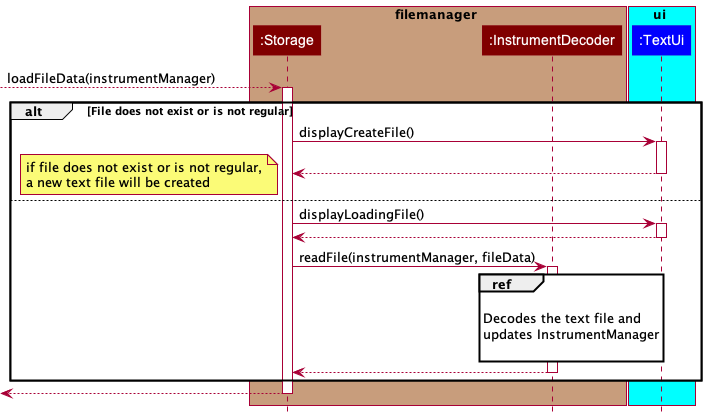
Above: docs/images/FileManagerSeqBetweenStorageAndDecoder.png in williamlamjy/mTracker (PlantUML), before the change.
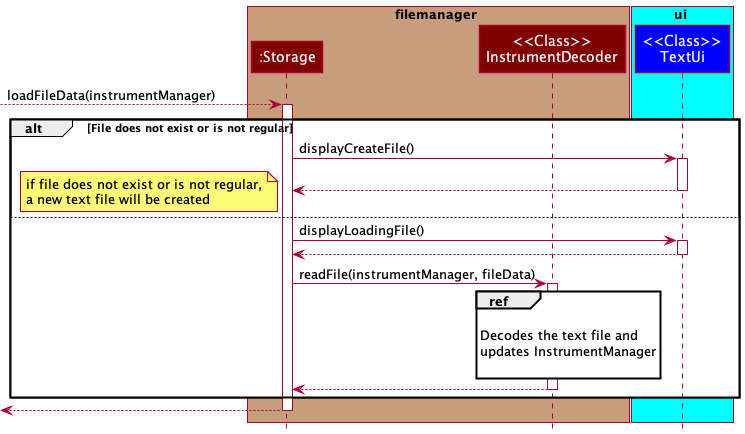
Above is the later version.

Diff of the diagram source:
```diff
@@ -3,11 +3,11 @@
 
 box filemanager COLOR_STORAGE_SEGMENT
 participant ":Storage" as Storage COLOR_STORAGE
-participant ":InstrumentDecoder" as InstrumentDecoder COLOR_STORAGE
+participant "<<Class>>\nInstrumentDecoder" as InstrumentDecoder COLOR_STORAGE
 end box
 
 box ui COLOR_LIGHT_BLUE
-participant ":TextUi" as TextUi COLOR_UI
+participant "<<Class>>\nTextUi" as TextUi COLOR_UI
 end box
 
 [-->Storage: loadFileData(instrumentManager)
```
